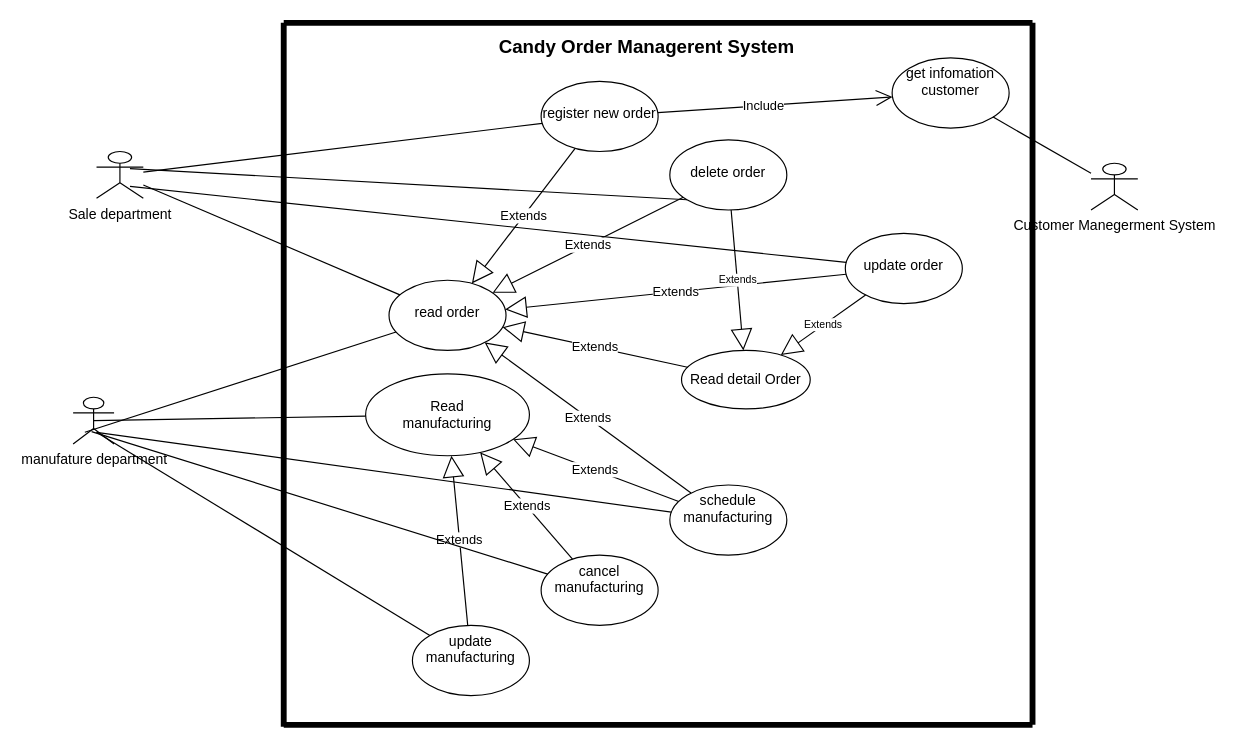
This is sale.drawio from tuongkhang1701/Diagram, a draw.io file, before an edit. Source tidied: cells renumbered, new cells numbered last; positions are measured from the earlier drawing's top-left corner, leaving out a move shared by most shapes. Both pictures are drawn from the tidied source at 117%, with x=0, y=0 at pixel (73, 22).
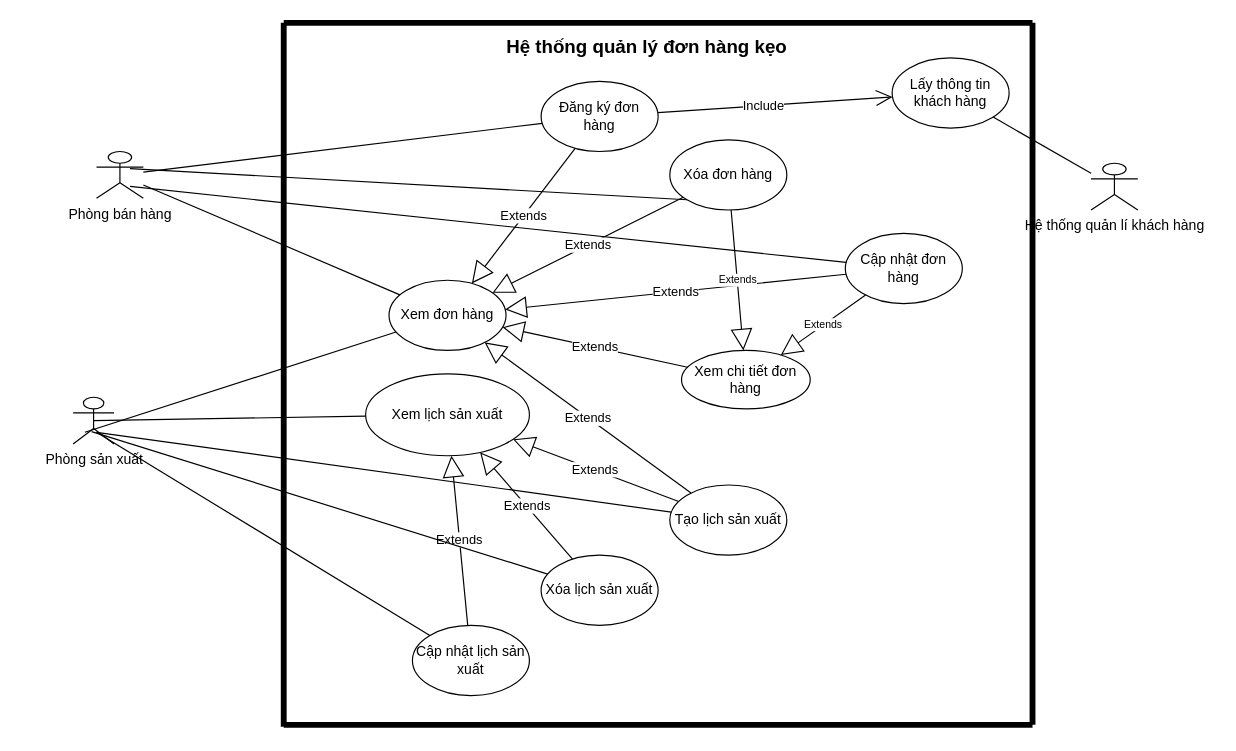
Above is the later version.

Diff of the diagram source:
```diff
@@
-    <mxCell id="2" value="Sale department" style="shape=umlActor;verticalLabelPosition=bottom;verticalAlign=top;html=1;" parent="1" vertex="1">
+    <mxCell id="2" value="Phòng bán hàng" style="shape=umlActor;verticalLabelPosition=bottom;verticalAlign=top;html=1;" parent="1" vertex="1">
       <mxGeometry x="20" y="110" width="40" height="40" as="geometry" />
     </mxCell>
-    <mxCell id="3" value="&lt;br&gt;register new order" style="ellipse;whiteSpace=wrap;html=1;verticalAlign=top;" parent="1" vertex="1">
+    <mxCell id="3" value="Đăng ký đơn hàng" style="ellipse;whiteSpace=wrap;html=1;verticalAlign=middle;" parent="1" vertex="1">
       <mxGeometry x="400" y="50" width="100" height="60" as="geometry" />
     </mxCell>
-    <mxCell id="4" value="&lt;br&gt;update order" style="ellipse;whiteSpace=wrap;html=1;verticalAlign=top;" parent="1" vertex="1">
+    <mxCell id="4" value="Cập nhật đơn hàng" style="ellipse;whiteSpace=wrap;html=1;verticalAlign=middle;" parent="1" vertex="1">
       <mxGeometry x="660" y="180" width="100" height="60" as="geometry" />
     </mxCell>
-    <mxCell id="5" value="&lt;br&gt;delete order" style="ellipse;whiteSpace=wrap;html=1;verticalAlign=top;" parent="1" vertex="1">
+    <mxCell id="5" value="Xóa đơn hàng" style="ellipse;whiteSpace=wrap;html=1;verticalAlign=middle;" parent="1" vertex="1">
       <mxGeometry x="510" y="100" width="100" height="60" as="geometry" />
     </mxCell>
-    <mxCell id="6" value="&lt;br&gt;read order" style="ellipse;whiteSpace=wrap;html=1;verticalAlign=top;" parent="1" vertex="1">
+    <mxCell id="6" value="Xem đơn hàng" style="ellipse;whiteSpace=wrap;html=1;verticalAlign=middle;" parent="1" vertex="1">
       <mxGeometry x="270" y="220" width="100" height="60" as="geometry" />
     </mxCell>
-    <mxCell id="7" value="&lt;div style=&quot;text-align: left&quot;&gt;manufature department&lt;/div&gt;" style="shape=umlActor;verticalLabelPosition=bottom;verticalAlign=top;html=1;" parent="1" vertex="1">
+    <mxCell id="7" value="&lt;div style=&quot;text-align: left&quot;&gt;Phòng sản xuất&lt;/div&gt;" style="shape=umlActor;verticalLabelPosition=bottom;verticalAlign=top;html=1;" parent="1" vertex="1">
       <mxGeometry y="320" width="35" height="40" as="geometry" />
     </mxCell>
-    <mxCell id="8" value="schedule manufacturing" style="ellipse;whiteSpace=wrap;html=1;verticalAlign=top;" parent="1" vertex="1">
+    <mxCell id="8" value="Tạo lịch sản xuất" style="ellipse;whiteSpace=wrap;html=1;verticalAlign=middle;" parent="1" vertex="1">
       <mxGeometry x="510" y="395" width="100" height="60" as="geometry" />
     </mxCell>
-    <mxCell id="9" value="get infomation customer" style="ellipse;whiteSpace=wrap;html=1;verticalAlign=top;" parent="1" vertex="1">
+    <mxCell id="9" value="Lấy thông tin khách hàng&lt;br&gt;" style="ellipse;whiteSpace=wrap;html=1;verticalAlign=middle;" parent="1" vertex="1">
       <mxGeometry x="700" y="30" width="100" height="60" as="geometry" />
     </mxCell>
-    <mxCell id="10" value="Customer Manegerment System" style="shape=umlActor;verticalLabelPosition=bottom;verticalAlign=top;html=1;" parent="1" vertex="1">
+    <mxCell id="10" value="Hệ thống quản lí khách hàng" style="shape=umlActor;verticalLabelPosition=bottom;verticalAlign=top;html=1;" parent="1" vertex="1">
       <mxGeometry x="870" y="120" width="40" height="40" as="geometry" />
     </mxCell>
-    <mxCell id="11" value="cancel manufacturing" style="ellipse;whiteSpace=wrap;html=1;verticalAlign=top;" parent="1" vertex="1">
+    <mxCell id="11" value="Xóa lịch sản xuất" style="ellipse;whiteSpace=wrap;html=1;verticalAlign=middle;" parent="1" vertex="1">
       <mxGeometry x="400" y="455" width="100" height="60" as="geometry" />
     </mxCell>
-    <mxCell id="12" value="update manufacturing" style="ellipse;whiteSpace=wrap;html=1;verticalAlign=top;" parent="1" vertex="1">
+    <mxCell id="12" value="Cập nhật lịch sản xuất" style="ellipse;whiteSpace=wrap;html=1;verticalAlign=middle;" parent="1" vertex="1">
       <mxGeometry x="290" y="515" width="100" height="60" as="geometry" />
     </mxCell>
@@
-    <mxCell id="18" value="Read&lt;br&gt;manufacturing" style="ellipse;whiteSpace=wrap;html=1;" parent="1" vertex="1">
+    <mxCell id="18" value="Xem lịch sản xuất" style="ellipse;whiteSpace=wrap;html=1;" parent="1" vertex="1">
       <mxGeometry x="250" y="300" width="140" height="70" as="geometry" />
     </mxCell>
@@
-    <mxCell id="33" value="Read detail Order" style="ellipse;whiteSpace=wrap;html=1;" parent="1" vertex="1">
+    <mxCell id="33" value="Xem chi tiết đơn hàng" style="ellipse;whiteSpace=wrap;html=1;" parent="1" vertex="1">
       <mxGeometry x="520" y="280" width="110" height="50" as="geometry" />
     </mxCell>
@@
-    <mxCell id="39" value="Candy Order Managerent System" style="text;html=1;align=center;verticalAlign=middle;strokeWidth=1;fontSize=16;fontStyle=1;" parent="1" vertex="1">
-      <mxGeometry x="355" y="10" width="270" height="20" as="geometry" />
+    <mxCell id="39" value="Hệ thống quản lý đơn hàng kẹo" style="text;html=1;align=center;verticalAlign=middle;strokeWidth=1;fontSize=16;fontStyle=1;" parent="1" vertex="1">
+      <mxGeometry x="360" y="10" width="260" height="20" as="geometry" />
     </mxCell>
@@
+    <mxCell id="42" style="edgeStyle=orthogonalEdgeStyle;rounded=0;orthogonalLoop=1;jettySize=auto;html=1;exitX=0.5;exitY=1;exitDx=0;exitDy=0;verticalAlign=middle;" parent="1" edge="1" source="6" target="6">
+      <mxGeometry relative="1" as="geometry" />
+    </mxCell>
```
